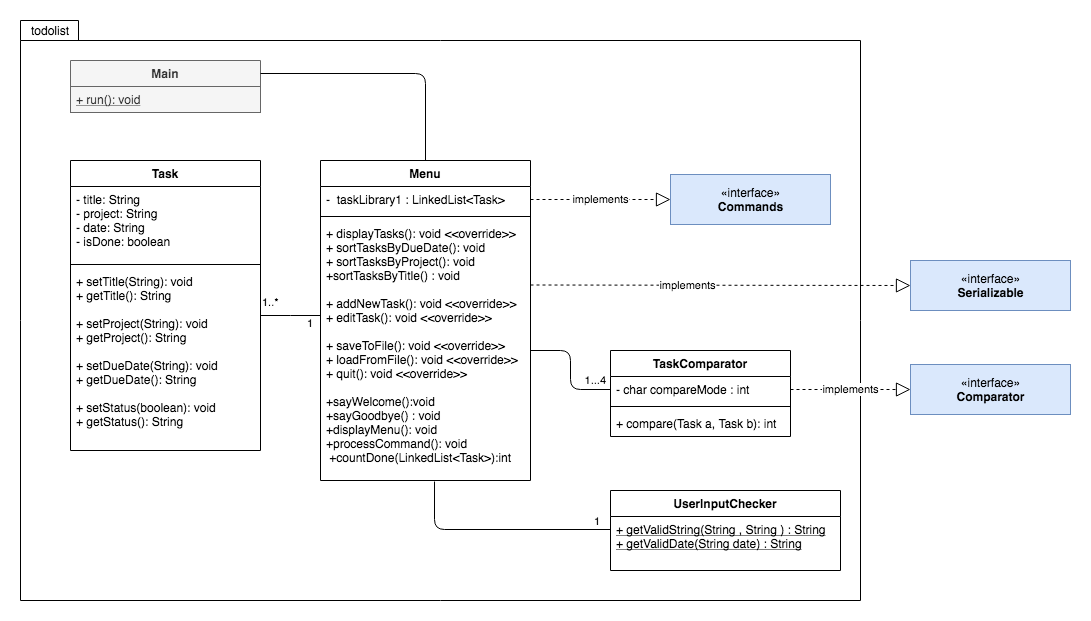
Before: src/main/resources/todolist_class_diagram.png, a diagram exported from draw.io (clecardona/todolist). Source tidied: cells renumbered, new cells last; positions are measured from the earlier drawing's top-left corner, leaving out a move shared by most shapes.
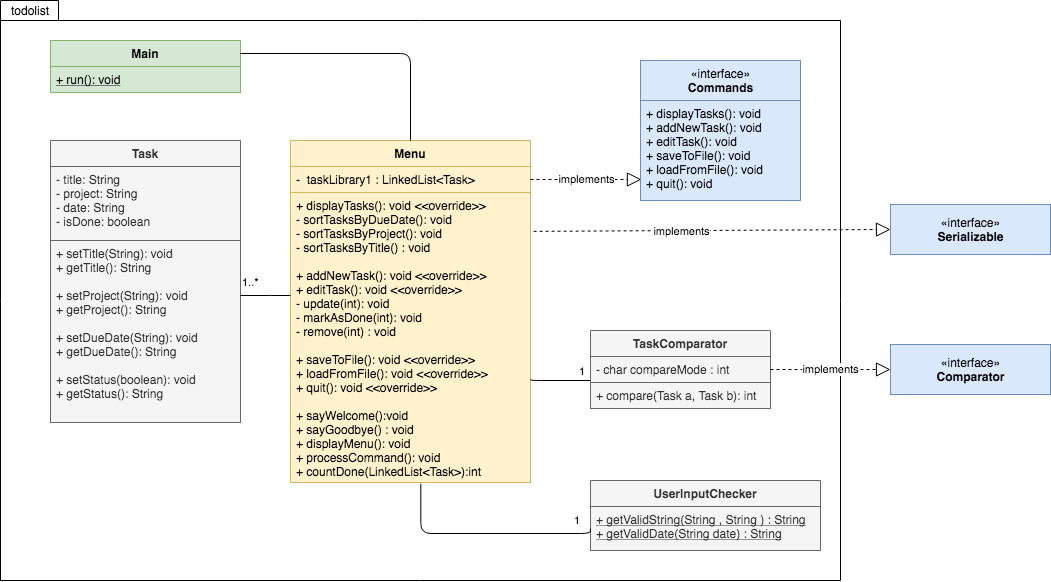
The same file after the commit.

Change to the diagram source:
```diff
@@ -6,55 +6,47 @@
       <mxGeometry width="840" height="580" as="geometry" />
     </mxCell>
     <mxCell id="3" value="«interface»&lt;br&gt;&lt;b&gt;Commands&lt;/b&gt;" style="html=1;strokeColor=#6c8ebf;fillColor=#dae8fc;" parent="1" vertex="1">
-      <mxGeometry x="650" y="154" width="160" height="50" as="geometry" />
+      <mxGeometry x="640" y="60" width="160" height="40" as="geometry" />
     </mxCell>
-    <mxCell id="4" value="Menu" style="swimlane;fontStyle=1;align=center;verticalAlign=top;horizontal=1;startSize=26;" parent="1" vertex="1">
-      <mxGeometry x="300" y="140" width="210" height="320" as="geometry" />
+    <mxCell id="4" value="Menu" style="swimlane;fontStyle=1;align=center;verticalAlign=top;horizontal=1;startSize=26;fillColor=#fff2cc;strokeColor=#d6b656;" parent="1" vertex="1">
+      <mxGeometry x="290" y="140" width="240" height="342" as="geometry" />
     </mxCell>
-    <mxCell id="5" value="-  taskLibrary1 : LinkedList&lt;Task&gt;" style="text;strokeColor=none;fillColor=none;align=left;verticalAlign=top;spacingLeft=4;spacingRight=4;overflow=hidden;points=[[0,0.5],[1,0.5]];portConstraint=eastwest;" parent="4" vertex="1">
-      <mxGeometry y="26" width="210" height="26" as="geometry" />
+    <mxCell id="5" value="-  taskLibrary1 : LinkedList&lt;Task&gt;" style="text;strokeColor=#d6b656;fillColor=#fff2cc;align=left;verticalAlign=top;spacingLeft=4;spacingRight=4;overflow=hidden;points=[[0,0.5],[1,0.5]];portConstraint=eastwest;" parent="4" vertex="1">
+      <mxGeometry y="26" width="240" height="26" as="geometry" />
     </mxCell>
-    <mxCell id="6" style="line;strokeWidth=1;fillColor=none;align=left;verticalAlign=middle;spacingTop=-1;spacingLeft=3;spacingRight=3;labelPosition=right;" parent="4" vertex="1">
-      <mxGeometry y="52" width="210" height="8" as="geometry" />
-    </mxCell>
-    <mxCell id="7" value="+ displayTasks(): void &lt;&lt;override&gt;&gt;&#10;+ sortTasksByDueDate(): void&#10;+ sortTasksByProject(): void&#10;+sortTasksByTitle() : void&#10;&#10;+ addNewTask(): void &lt;&lt;override&gt;&gt;&#10;+ editTask(): void &lt;&lt;override&gt;&gt;&#10;&#10;+ saveToFile(): void &lt;&lt;override&gt;&gt;&#10;+ loadFromFile(): void &lt;&lt;override&gt;&gt;&#10;+ quit(): void &lt;&lt;override&gt;&gt;&#10;&#10;+sayWelcome():void&#10;+sayGoodbye() : void&#10;+displayMenu(): void&#10;+processCommand(): void&#10; +countDone(LinkedList&lt;Task&gt;):int&#10;&#10;" style="text;strokeColor=none;fillColor=none;align=left;verticalAlign=top;spacingLeft=4;spacingRight=4;overflow=hidden;points=[[0,0.5],[1,0.5]];portConstraint=eastwest;" parent="4" vertex="1">
-      <mxGeometry y="60" width="210" height="260" as="geometry" />
+    <mxCell id="7" value="+ displayTasks(): void &lt;&lt;override&gt;&gt;&#10;- sortTasksByDueDate(): void&#10;- sortTasksByProject(): void&#10;- sortTasksByTitle() : void&#10;&#10;+ addNewTask(): void &lt;&lt;override&gt;&gt;&#10;+ editTask(): void &lt;&lt;override&gt;&gt;&#10;- update(int): void&#10;- markAsDone(int): void&#10;- remove(int) : void&#10;&#10;+ saveToFile(): void &lt;&lt;override&gt;&gt;&#10;+ loadFromFile(): void &lt;&lt;override&gt;&gt;&#10;+ quit(): void &lt;&lt;override&gt;&gt;&#10;&#10;+ sayWelcome():void&#10;+ sayGoodbye() : void&#10;+ displayMenu(): void&#10;+ processCommand(): void&#10;+ countDone(LinkedList&lt;Task&gt;):int&#10;&#10;" style="text;strokeColor=#d6b656;fillColor=#fff2cc;align=left;verticalAlign=top;spacingLeft=4;spacingRight=4;overflow=hidden;points=[[0,0.5],[1,0.5]];portConstraint=eastwest;" parent="4" vertex="1">
+      <mxGeometry y="52" width="240" height="290" as="geometry" />
     </mxCell>
-    <mxCell id="8" value="TaskComparator" style="swimlane;fontStyle=1;align=center;verticalAlign=top;horizontal=1;startSize=26;" parent="1" vertex="1">
-      <mxGeometry x="590" y="330" width="180" height="86" as="geometry" />
+    <mxCell id="8" value="TaskComparator" style="swimlane;fontStyle=1;align=center;verticalAlign=top;horizontal=1;startSize=26;fillColor=#f5f5f5;strokeColor=#666666;fontColor=#333333;" parent="1" vertex="1">
+      <mxGeometry x="590" y="330" width="180" height="78" as="geometry" />
     </mxCell>
-    <mxCell id="9" value="- char compareMode : int" style="text;strokeColor=none;fillColor=none;align=left;verticalAlign=top;spacingLeft=4;spacingRight=4;overflow=hidden;points=[[0,0.5],[1,0.5]];portConstraint=eastwest;" parent="8" vertex="1">
+    <mxCell id="9" value="- char compareMode : int" style="text;strokeColor=#666666;fillColor=#f5f5f5;align=left;verticalAlign=top;spacingLeft=4;spacingRight=4;overflow=hidden;points=[[0,0.5],[1,0.5]];portConstraint=eastwest;fontColor=#333333;" parent="8" vertex="1">
       <mxGeometry y="26" width="180" height="26" as="geometry" />
     </mxCell>
-    <mxCell id="10" style="line;strokeWidth=1;fillColor=none;align=left;verticalAlign=middle;spacingTop=-1;spacingLeft=3;spacingRight=3;labelPosition=right;" parent="8" vertex="1">
-      <mxGeometry y="52" width="180" height="8" as="geometry" />
-    </mxCell>
-    <mxCell id="11" value="+ compare(Task a, Task b): int" style="text;strokeColor=none;fillColor=none;align=left;verticalAlign=top;spacingLeft=4;spacingRight=4;overflow=hidden;" parent="8" vertex="1">
-      <mxGeometry y="60" width="180" height="26" as="geometry" />
+    <mxCell id="11" value="+ compare(Task a, Task b): int" style="text;strokeColor=#666666;fillColor=#f5f5f5;align=left;verticalAlign=top;spacingLeft=4;spacingRight=4;overflow=hidden;fontColor=#333333;" parent="8" vertex="1">
+      <mxGeometry y="52" width="180" height="26" as="geometry" />
     </mxCell>
-    <mxCell id="12" value="implements" style="endArrow=block;dashed=1;endFill=0;endSize=12;html=1;exitX=1;exitY=0.5;exitDx=0;exitDy=0;entryX=0;entryY=0.5;entryDx=0;entryDy=0;" parent="1" edge="1" source="5" target="3">
+    <mxCell id="12" value="implements" style="endArrow=block;dashed=1;endFill=0;endSize=12;html=1;exitX=1;exitY=0.5;exitDx=0;exitDy=0;entryX=0.006;entryY=0.79;entryDx=0;entryDy=0;entryPerimeter=0;" parent="1" edge="1" source="5" target="35">
       <mxGeometry relative="1" as="geometry" />
     </mxCell>
-    <mxCell id="13" value="Task" style="swimlane;fontStyle=1;align=center;verticalAlign=top;horizontal=1;startSize=26;" parent="1" vertex="1">
-      <mxGeometry x="50" y="140" width="190" height="290" as="geometry" />
+    <mxCell id="13" value="Task" style="swimlane;fontStyle=1;align=center;verticalAlign=top;horizontal=1;startSize=26;fillColor=#f5f5f5;strokeColor=#666666;fontColor=#333333;" parent="1" vertex="1">
+      <mxGeometry x="50" y="140" width="190" height="282" as="geometry" />
     </mxCell>
-    <mxCell id="14" value="- title: String &#10;- project: String&#10;- date: String&#10;- isDone: boolean" style="text;strokeColor=none;fillColor=none;align=left;verticalAlign=top;spacingLeft=4;spacingRight=4;overflow=hidden;" parent="13" vertex="1">
+    <mxCell id="14" value="- title: String &#10;- project: String&#10;- date: String&#10;- isDone: boolean" style="text;strokeColor=#666666;fillColor=#f5f5f5;align=left;verticalAlign=top;spacingLeft=4;spacingRight=4;overflow=hidden;fontColor=#333333;" parent="13" vertex="1">
       <mxGeometry y="26" width="190" height="74" as="geometry" />
     </mxCell>
-    <mxCell id="15" style="line;strokeWidth=1;fillColor=none;align=left;verticalAlign=middle;spacingTop=-1;spacingLeft=3;spacingRight=3;labelPosition=right;" parent="13" vertex="1">
-      <mxGeometry y="100" width="190" height="8" as="geometry" />
-    </mxCell>
-    <mxCell id="16" value="+ setTitle(String): void&#10;+ getTitle(): String&#10;&#10;+ setProject(String): void&#10;+ getProject(): String&#10;&#10;+ setDueDate(String): void&#10;+ getDueDate(): String&#10;&#10;+ setStatus(boolean): void&#10;+ getStatus(): String" style="text;strokeColor=none;fillColor=none;align=left;verticalAlign=top;spacingLeft=4;spacingRight=4;overflow=hidden;points=[[0,0.5],[1,0.5]];portConstraint=eastwest;" parent="13" vertex="1">
-      <mxGeometry y="108" width="190" height="182" as="geometry" />
+    <mxCell id="16" value="+ setTitle(String): void&#10;+ getTitle(): String&#10;&#10;+ setProject(String): void&#10;+ getProject(): String&#10;&#10;+ setDueDate(String): void&#10;+ getDueDate(): String&#10;&#10;+ setStatus(boolean): void&#10;+ getStatus(): String" style="text;strokeColor=#666666;fillColor=#f5f5f5;align=left;verticalAlign=top;spacingLeft=4;spacingRight=4;overflow=hidden;points=[[0,0.5],[1,0.5]];portConstraint=eastwest;fontColor=#333333;" parent="13" vertex="1">
+      <mxGeometry y="100" width="190" height="182" as="geometry" />
     </mxCell>
-    <mxCell id="17" value="Main" style="swimlane;fontStyle=1;align=center;verticalAlign=top;horizontal=1;startSize=26;fillColor=#f5f5f5;strokeColor=#666666;fontColor=#333333;" parent="1" vertex="1">
+    <mxCell id="17" value="Main" style="swimlane;fontStyle=1;align=center;verticalAlign=top;horizontal=1;startSize=26;fillColor=#d5e8d4;strokeColor=#82b366;" parent="1" vertex="1">
       <mxGeometry x="50" y="40" width="190" height="52" as="geometry" />
     </mxCell>
-    <mxCell id="18" value="+ run(): void" style="text;strokeColor=#666666;fillColor=#f5f5f5;align=left;verticalAlign=top;spacingLeft=4;spacingRight=4;overflow=hidden;fontColor=#333333;fontStyle=4;" parent="17" vertex="1">
+    <mxCell id="18" value="+ run(): void" style="text;strokeColor=#82b366;fillColor=#d5e8d4;align=left;verticalAlign=top;spacingLeft=4;spacingRight=4;overflow=hidden;fontStyle=4;" parent="17" vertex="1">
       <mxGeometry y="26" width="190" height="26" as="geometry" />
     </mxCell>
-    <mxCell id="19" style="endArrow=none;html=1;edgeStyle=orthogonalEdgeStyle;entryX=0;entryY=0.5;entryDx=0;entryDy=0;rounded=0;" parent="1" edge="1" source="16" target="7">
+    <mxCell id="19" style="endArrow=none;html=1;edgeStyle=orthogonalEdgeStyle;rounded=0;" parent="1" edge="1" source="16">
       <mxGeometry relative="1" as="geometry">
+        <mxPoint x="290" y="295" as="targetPoint" />
         <Array as="points">
           <mxPoint x="270" y="295" />
           <mxPoint x="270" y="295" />
@@ -66,11 +58,11 @@
         <mxPoint y="-5" as="offset" />
       </mxGeometry>
     </mxCell>
-    <mxCell id="21" value="UserInputChecker" style="swimlane;fontStyle=1;align=center;verticalAlign=top;horizontal=1;startSize=26;" parent="1" vertex="1">
-      <mxGeometry x="590" y="470" width="230" height="80" as="geometry" />
+    <mxCell id="21" value="UserInputChecker" style="swimlane;fontStyle=1;align=center;verticalAlign=top;horizontal=1;startSize=26;fillColor=#f5f5f5;strokeColor=#666666;fontColor=#333333;" parent="1" vertex="1">
+      <mxGeometry x="590" y="480" width="230" height="70" as="geometry" />
     </mxCell>
-    <mxCell id="22" value="+ getValidString(String , String ) : String&#10;+ getValidDate(String date) : String" style="text;strokeColor=none;fillColor=none;align=left;verticalAlign=top;spacingLeft=4;spacingRight=4;overflow=hidden;points=[[0,0.5],[1,0.5]];portConstraint=eastwest;fontStyle=4;" parent="21" vertex="1">
-      <mxGeometry y="26" width="230" height="54" as="geometry" />
+    <mxCell id="22" value="+ getValidString(String , String ) : String&#10;+ getValidDate(String date) : String" style="text;strokeColor=#666666;fillColor=#f5f5f5;align=left;verticalAlign=top;spacingLeft=4;spacingRight=4;overflow=hidden;points=[[0,0.5],[1,0.5]];portConstraint=eastwest;fontStyle=4;fontColor=#333333;" parent="21" vertex="1">
+      <mxGeometry y="26" width="230" height="44" as="geometry" />
     </mxCell>
     <mxCell id="23" value="«interface»&lt;br&gt;&lt;b&gt;Comparator&lt;/b&gt;" style="html=1;fillColor=#dae8fc;strokeColor=#6c8ebf;" parent="1" vertex="1">
       <mxGeometry x="890" y="344" width="160" height="50" as="geometry" />
@@ -78,37 +70,34 @@
     <mxCell id="24" value="implements" style="endArrow=block;dashed=1;endFill=0;endSize=12;html=1;entryX=0;entryY=0.5;entryDx=0;entryDy=0;exitX=1;exitY=0.5;exitDx=0;exitDy=0;" parent="1" edge="1" source="9" target="23">
       <mxGeometry relative="1" as="geometry" />
     </mxCell>
-    <mxCell id="25" style="endArrow=none;html=1;edgeStyle=orthogonalEdgeStyle;exitX=1;exitY=0.5;exitDx=0;exitDy=0;entryX=0;entryY=0.5;entryDx=0;entryDy=0;rounded=1;" parent="1" edge="1" source="7" target="9">
+    <mxCell id="25" style="endArrow=none;html=1;edgeStyle=orthogonalEdgeStyle;entryX=-0.003;entryY=0.906;entryDx=0;entryDy=0;rounded=1;exitX=1.001;exitY=0.644;exitDx=0;exitDy=0;exitPerimeter=0;entryPerimeter=0;" parent="1" edge="1" source="7" target="9">
       <mxGeometry relative="1" as="geometry">
         <Array as="points">
-          <mxPoint x="550" y="330" />
-          <mxPoint x="550" y="369" />
+          <mxPoint x="530" y="380" />
+          <mxPoint x="589" y="380" />
         </Array>
       </mxGeometry>
     </mxCell>
-    <mxCell id="26" value="1...4" style="edgeLabel;html=1;align=right;verticalAlign=bottom;" parent="25" vertex="1">
+    <mxCell id="26" value="1" style="edgeLabel;html=1;align=right;verticalAlign=bottom;" parent="25" vertex="1">
       <mxGeometry x="1" relative="1" as="geometry">
         <mxPoint x="-4" y="-1" as="offset" />
       </mxGeometry>
     </mxCell>
     <mxCell id="27" value="«interface»&lt;br&gt;&lt;b&gt;Serializable&lt;/b&gt;" style="html=1;fillColor=#dae8fc;strokeColor=#6c8ebf;" parent="1" vertex="1">
-      <mxGeometry x="890" y="240" width="160" height="50" as="geometry" />
+      <mxGeometry x="890" y="204" width="160" height="50" as="geometry" />
     </mxCell>
-    <mxCell id="28" style="endArrow=block;dashed=1;endFill=0;endSize=12;html=1;exitX=1;exitY=0.5;exitDx=0;exitDy=0;entryX=0;entryY=0.5;entryDx=0;entryDy=0;" parent="1" edge="1" target="27">
-      <mxGeometry relative="1" as="geometry">
-        <mxPoint x="510" y="264.5" as="sourcePoint" />
-      </mxGeometry>
+    <mxCell id="28" style="endArrow=block;dashed=1;endFill=0;endSize=12;html=1;entryX=0;entryY=0.5;entryDx=0;entryDy=0;exitX=1.013;exitY=0.134;exitDx=0;exitDy=0;exitPerimeter=0;" parent="1" edge="1" source="7" target="27">
+      <mxGeometry relative="1" as="geometry" />
     </mxCell>
     <mxCell id="29" value="implements" style="edgeLabel;html=1;align=center;verticalAlign=middle;" parent="28" vertex="1">
       <mxGeometry x="-0.17" y="-1" relative="1" as="geometry">
         <mxPoint y="-1" as="offset" />
       </mxGeometry>
     </mxCell>
-    <mxCell id="30" style="endArrow=none;html=1;edgeStyle=orthogonalEdgeStyle;rounded=1;entryX=0;entryY=0.5;entryDx=0;entryDy=0;exitX=0.543;exitY=1.004;exitDx=0;exitDy=0;exitPerimeter=0;" parent="1" edge="1" source="7">
+    <mxCell id="30" style="endArrow=none;html=1;edgeStyle=orthogonalEdgeStyle;rounded=1;entryX=0;entryY=0.5;entryDx=0;entryDy=0;exitX=0.543;exitY=1.004;exitDx=0;exitDy=0;exitPerimeter=0;" parent="1" edge="1" source="7" target="22">
       <mxGeometry relative="1" as="geometry">
-        <mxPoint x="590" y="509" as="targetPoint" />
         <Array as="points">
-          <mxPoint x="414" y="509" />
+          <mxPoint x="420" y="533" />
         </Array>
       </mxGeometry>
     </mxCell>
@@ -120,15 +109,15 @@
     <mxCell id="32" style="endArrow=none;html=1;edgeStyle=orthogonalEdgeStyle;rounded=1;entryX=0.5;entryY=0;entryDx=0;entryDy=0;exitX=1;exitY=0.25;exitDx=0;exitDy=0;" parent="1" edge="1" source="17" target="4">
       <mxGeometry relative="1" as="geometry">
         <Array as="points">
-          <mxPoint x="405" y="53" />
+          <mxPoint x="410" y="53" />
         </Array>
       </mxGeometry>
     </mxCell>
-    <mxCell id="33" value="1" style="edgeLabel;html=1;align=left;verticalAlign=bottom;" parent="1" vertex="1">
-      <mxGeometry x="285" y="311" as="geometry" />
-    </mxCell>
     <mxCell id="34" value="todolist" style="text;html=1;strokeColor=none;fillColor=none;align=center;verticalAlign=middle;whiteSpace=wrap;rounded=0;" parent="1" vertex="1">
       <mxGeometry x="10" width="40" height="20" as="geometry" />
     </mxCell>
+    <mxCell id="35" value="+ displayTasks(): void&#10;+ addNewTask(): void &#10;+ editTask(): void &#10;+ saveToFile(): void &#10;+ loadFromFile(): void &#10;+ quit(): void " style="text;strokeColor=#6c8ebf;fillColor=#dae8fc;align=left;verticalAlign=top;spacingLeft=4;spacingRight=4;overflow=hidden;points=[[0,0.5],[1,0.5]];portConstraint=eastwest;" parent="1" vertex="1">
+      <mxGeometry x="640" y="100" width="160" height="100" as="geometry" />
+    </mxCell>
   </root>
 </mxGraphModel>
```
